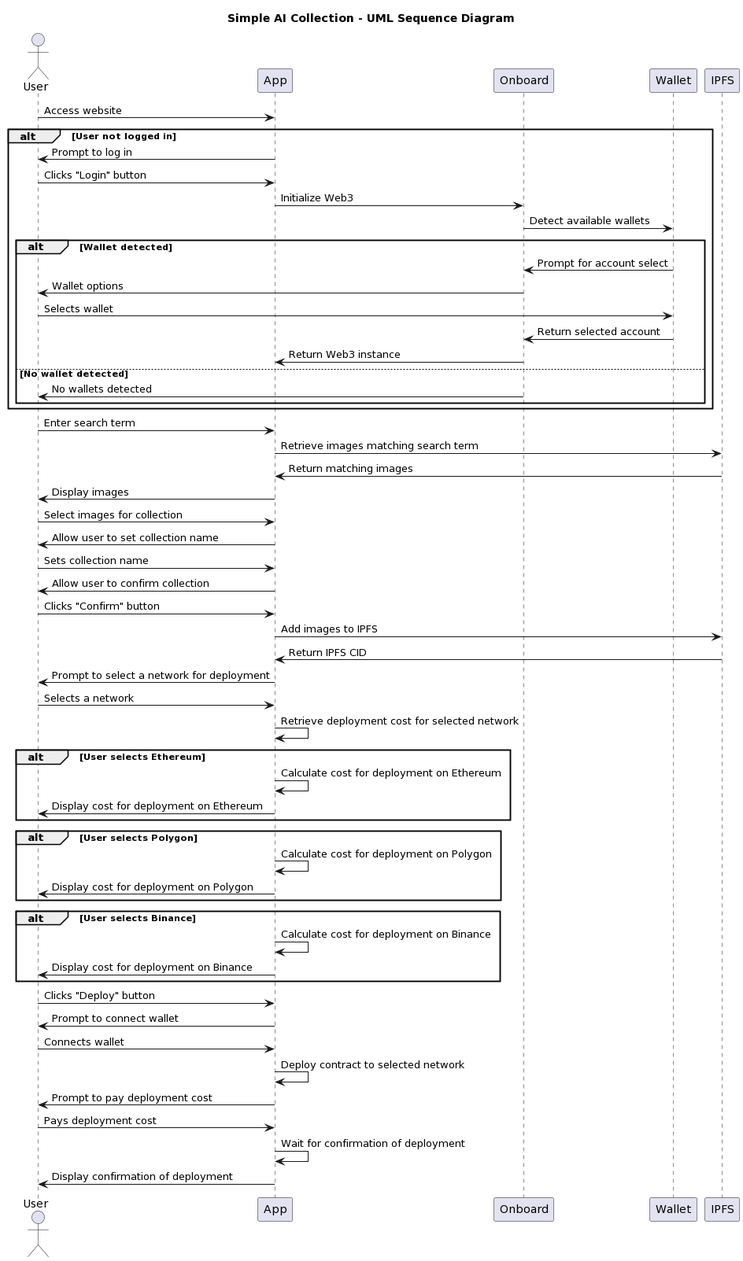
Earlier version of the PlantUML export doc/secuenceuml.png (serbenda/frameblock). The source it was exported from:
```plantuml
@startuml
title Simple AI Collection - UML Sequence Diagram

actor User

User -> App: Access website

alt User not logged in
    App -> User: Prompt to log in
    User -> App: Clicks "Login" button
    App -> Onboard: Initialize Web3
    Onboard -> Wallet: Detect available wallets
    alt Wallet detected
        Wallet -> Onboard: Prompt for account select
        Onboard -> User: Wallet options
        User -> Wallet: Selects wallet
        Wallet -> Onboard: Return selected account
        Onboard -> App: Return Web3 instance
    else No wallet detected
        Onboard -> User: No wallets detected
    end
end

User -> App: Enter search term
App -> IPFS: Retrieve images matching search term
IPFS -> App: Return matching images
App -> User: Display images
User -> App: Select images for collection
App -> User: Allow user to set collection name
User -> App: Sets collection name
App -> User: Allow user to confirm collection
User -> App: Clicks "Confirm" button
App -> IPFS: Add images to IPFS
IPFS -> App: Return IPFS CID
App -> User: Prompt to select a network for deployment
User -> App: Selects a network
App -> App: Retrieve deployment cost for selected network
alt User selects Ethereum
    App -> App: Calculate cost for deployment on Ethereum
    App -> User: Display cost for deployment on Ethereum
end
alt User selects Polygon
    App -> App: Calculate cost for deployment on Polygon
    App -> User: Display cost for deployment on Polygon
end
alt User selects Binance
    App -> App: Calculate cost for deployment on Binance
    App -> User: Display cost for deployment on Binance
end

User -> App: Clicks "Deploy" button
App -> User: Prompt to connect wallet
User -> App: Connects wallet
App -> App: Deploy contract to selected network
App -> User: Prompt to pay deployment cost
User -> App: Pays deployment cost
App -> App: Wait for confirmation of deployment
App -> User: Display confirmation of deployment
@enduml
```
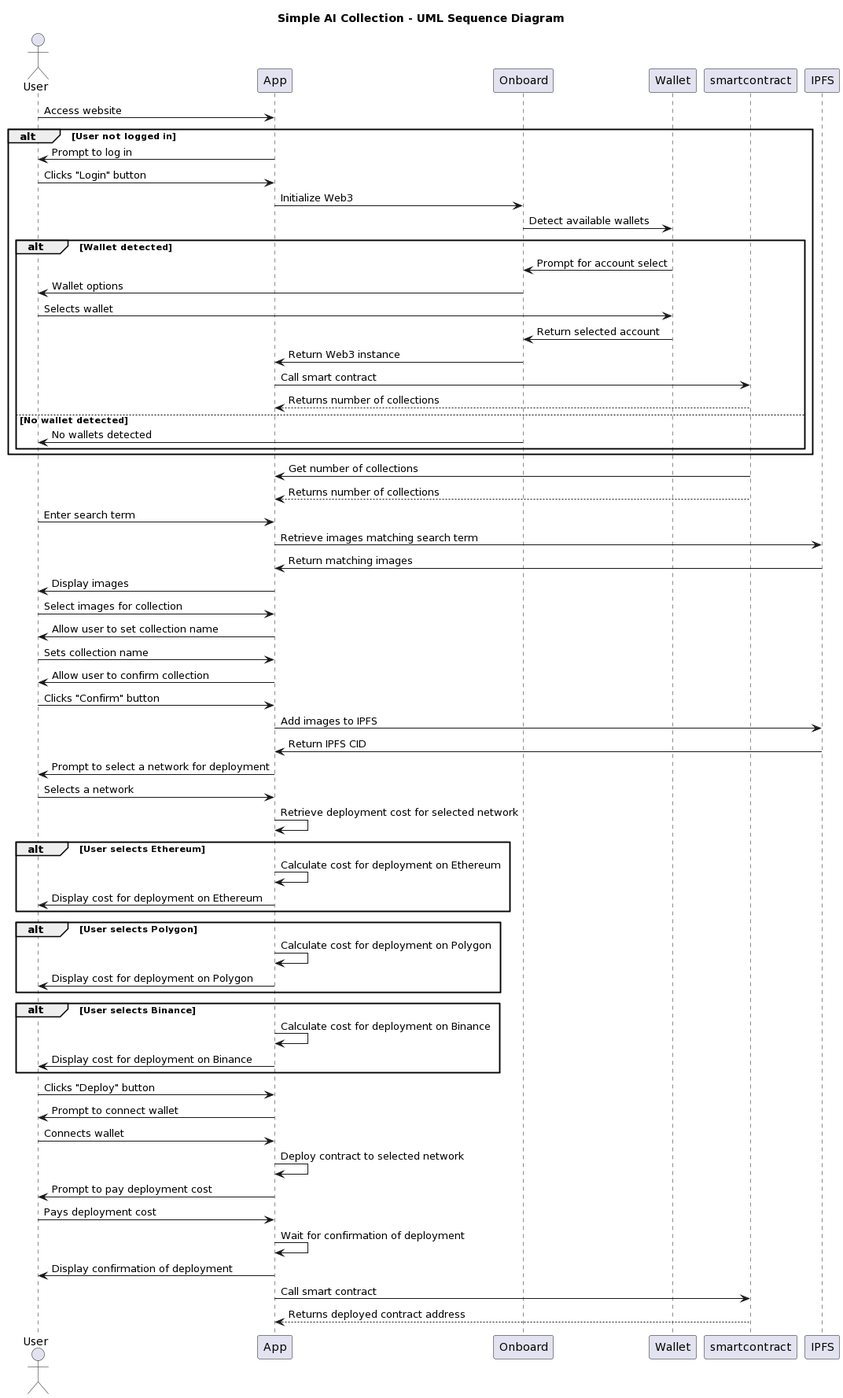
The same file after the commit.

Change to the diagram source:
```diff
@@ -16,10 +16,15 @@
         User -> Wallet: Selects wallet
         Wallet -> Onboard: Return selected account
         Onboard -> App: Return Web3 instance
+        App -> smartcontract: Call smart contract
+        smartcontract --> App: Returns number of collections
     else No wallet detected
         Onboard -> User: No wallets detected
     end
 end
+
+smartcontract -> App: Get number of collections
+smartcontract --> App: Returns number of collections
 
 User -> App: Enter search term
 App -> IPFS: Retrieve images matching search term
@@ -56,4 +61,6 @@
 User -> App: Pays deployment cost
 App -> App: Wait for confirmation of deployment
 App -> User: Display confirmation of deployment
+App -> smartcontract: Call smart contract
+smartcontract --> App: Returns deployed contract address
 @enduml
```
